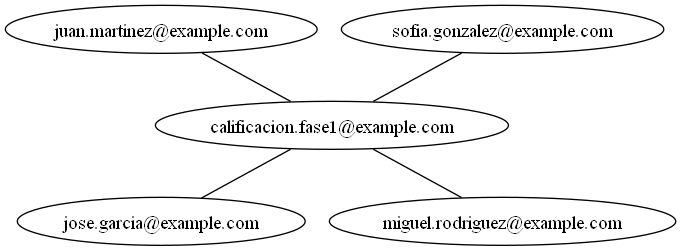
Earlier version of the Graphviz export Proyecto_Fase3/Fase3/reportes/graph.png (MReyes09/-EDD-Proyectos_202202233). Its source is kept beside it as Proyecto_Fase3/Fase3/reportes/graph.dot. The source it was exported from:
```dot
digraph G {
3[label="juan.martinez@example.com"];
11[label="calificacion.fase1@example.com"];
3 -> 11[dir=none];
10[label="sofia.gonzalez@example.com"];
10 -> 11[dir=none];
7[label="jose.garcia@example.com"];
11 -> 7[dir=none];
9[label="miguel.rodriguez@example.com"];
11 -> 9[dir=none];
}
```
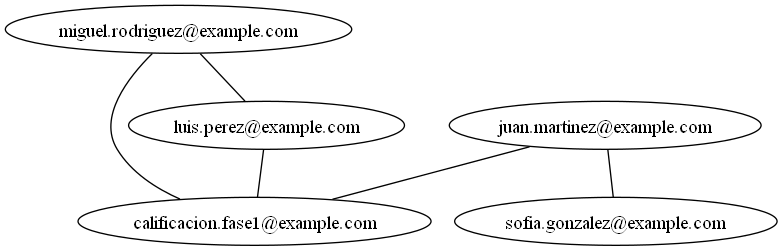
Later version of the same file.

Change to the diagram source:
```diff
@@ -3,9 +3,10 @@
 11[label="calificacion.fase1@example.com"];
 3 -> 11[dir=none];
 10[label="sofia.gonzalez@example.com"];
-10 -> 11[dir=none];
-7[label="jose.garcia@example.com"];
-11 -> 7[dir=none];
+3 -> 10[dir=none];
+5[label="luis.perez@example.com"];
+5 -> 11[dir=none];
 9[label="miguel.rodriguez@example.com"];
-11 -> 9[dir=none];
+9 -> 11[dir=none];
+9 -> 5[dir=none];
 }
```
